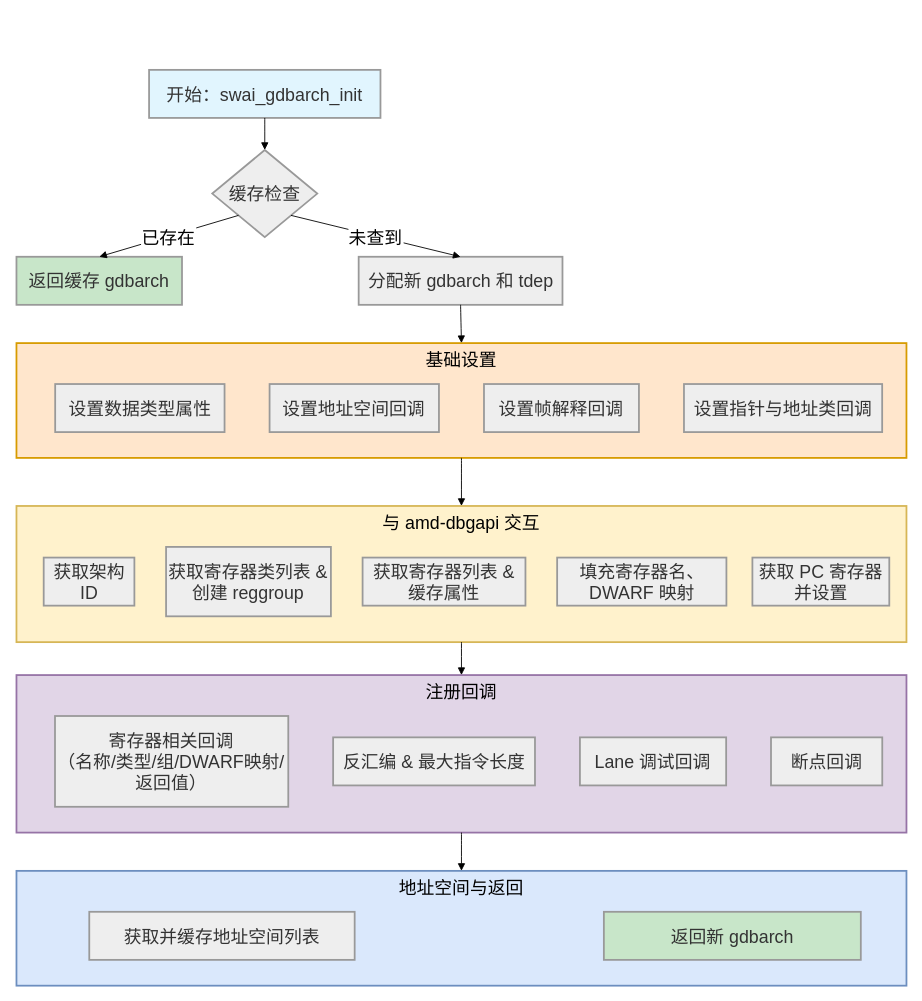
Earlier version of the draw.io diagram swai_gdbarch_init.drawio (HanxuLiu/drawio-files). Source tidied: cells renumbered, new cells numbered last; positions are measured from the earlier drawing's top-left corner, leaving out a move shared by most shapes. Both pictures are drawn from the tidied source at 89%, with x=0, y=0 at pixel (16, 69).
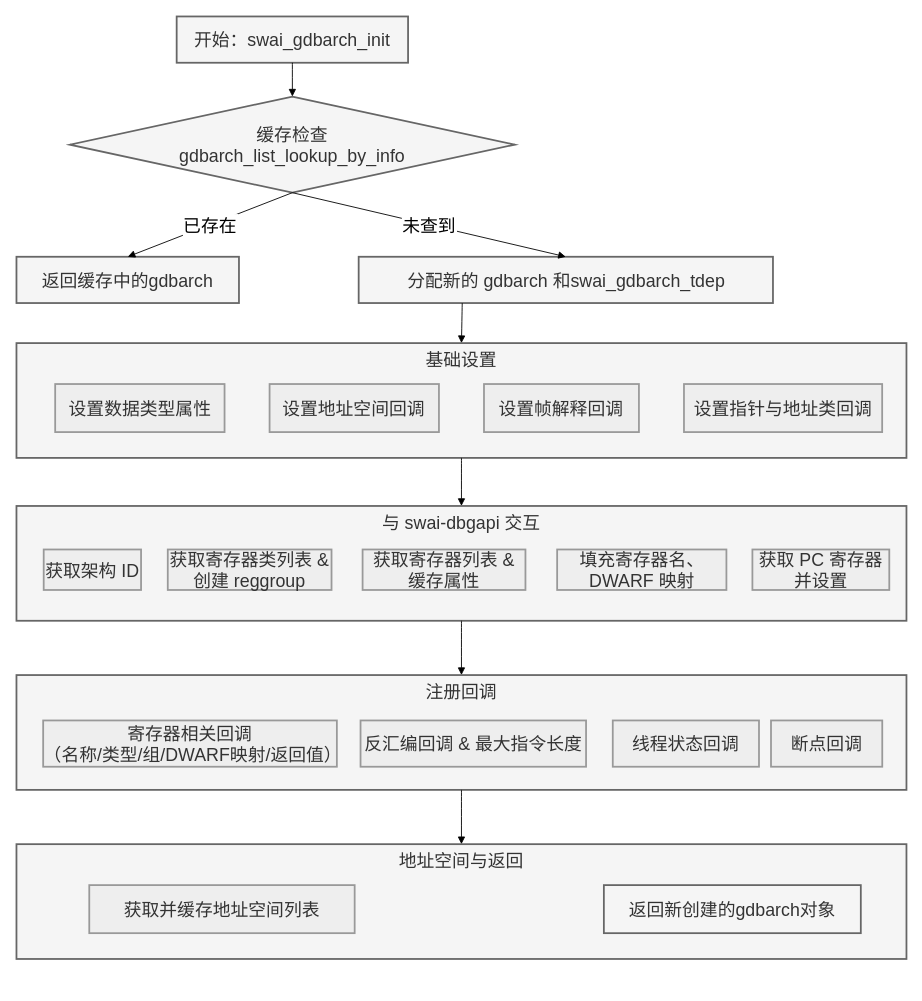
After the change.

The edit, as a diff of the source:
```diff
@@
-    <mxCell id="2" value="地址空间与返回" style="whiteSpace=wrap;strokeWidth=2;verticalAlign=top;fillColor=#dae8fc;strokeColor=#6c8ebf;fontSize=20;" parent="1" vertex="1">
-      <mxGeometry y="900" width="1000" height="129" as="geometry" />
+    <mxCell id="2" value="地址空间与返回" style="whiteSpace=wrap;strokeWidth=2;verticalAlign=top;fillColor=#f5f5f5;strokeColor=#666666;fontSize=20;fontColor=#333333;" parent="1" vertex="1">
+      <mxGeometry y="870" width="1000" height="129" as="geometry" />
     </mxCell>
@@
-    <mxCell id="4" value="返回新 gdbarch" style="whiteSpace=wrap;strokeWidth=2;fillColor=#c8e6c9;strokeColor=light-dark(#999999,#cccccc);fontColor=light-dark(#333333,#cccccc);fontSize=20;" parent="2" vertex="1">
+    <mxCell id="4" value="返回新创建的gdbarch对象" style="whiteSpace=wrap;strokeWidth=2;fillColor=#f5f5f5;strokeColor=#666666;fontColor=#333333;fontSize=20;" parent="2" vertex="1">
       <mxGeometry x="660" y="46" width="288.7" height="54" as="geometry" />
     </mxCell>
-    <mxCell id="5" value="注册回调" style="whiteSpace=wrap;strokeWidth=2;verticalAlign=top;fillColor=#e1d5e7;strokeColor=#9673a6;fontSize=20;" parent="1" vertex="1">
-      <mxGeometry y="680" width="1000" height="177" as="geometry" />
+    <mxCell id="5" value="注册回调" style="whiteSpace=wrap;strokeWidth=2;verticalAlign=top;fillColor=#f5f5f5;strokeColor=#666666;fontSize=20;fontColor=#333333;" parent="1" vertex="1">
+      <mxGeometry y="680" width="1000" height="129" as="geometry" />
     </mxCell>
     <mxCell id="6" value="寄存器相关回调&#10;（名称/类型/组/DWARF映射/返回值）" style="whiteSpace=wrap;strokeWidth=2;fillColor=light-dark(#eeeeee,#1f2020);strokeColor=light-dark(#999999,#cccccc);fontColor=light-dark(#333333,#cccccc);fontSize=20;" parent="5" vertex="1">
-      <mxGeometry x="43.3" y="46" width="262.1" height="102" as="geometry" />
+      <mxGeometry x="30" y="51" width="330" height="52" as="geometry" />
     </mxCell>
-    <mxCell id="7" value="反汇编 &amp; 最大指令长度" style="whiteSpace=wrap;strokeWidth=2;fillColor=light-dark(#eeeeee,#1f2020);strokeColor=light-dark(#999999,#cccccc);fontColor=light-dark(#333333,#cccccc);fontSize=20;" parent="5" vertex="1">
-      <mxGeometry x="355.8" y="70" width="226.8" height="54" as="geometry" />
+    <mxCell id="7" value="反汇编回调 &amp; 最大指令长度" style="whiteSpace=wrap;strokeWidth=2;fillColor=light-dark(#eeeeee,#1f2020);strokeColor=light-dark(#999999,#cccccc);fontColor=light-dark(#333333,#cccccc);fontSize=20;" parent="5" vertex="1">
+      <mxGeometry x="386.6" y="51" width="253.4" height="52" as="geometry" />
     </mxCell>
-    <mxCell id="8" value="Lane 调试回调" style="whiteSpace=wrap;strokeWidth=2;fillColor=light-dark(#eeeeee,#1f2020);strokeColor=light-dark(#999999,#cccccc);fontColor=light-dark(#333333,#cccccc);fontSize=20;" parent="5" vertex="1">
-      <mxGeometry x="633.1" y="70" width="164.3" height="54" as="geometry" />
+    <mxCell id="8" value="线程状态回调" style="whiteSpace=wrap;strokeWidth=2;fillColor=light-dark(#eeeeee,#1f2020);strokeColor=light-dark(#999999,#cccccc);fontColor=light-dark(#333333,#cccccc);fontSize=20;" parent="5" vertex="1">
+      <mxGeometry x="670" y="51" width="164.3" height="52" as="geometry" />
     </mxCell>
     <mxCell id="9" value="断点回调" style="whiteSpace=wrap;strokeWidth=2;fillColor=light-dark(#eeeeee,#1f2020);strokeColor=light-dark(#999999,#cccccc);fontColor=light-dark(#333333,#cccccc);fontSize=20;" parent="5" vertex="1">
-      <mxGeometry x="847.8" y="70" width="125" height="54" as="geometry" />
+      <mxGeometry x="847.8" y="51" width="125" height="52" as="geometry" />
     </mxCell>
-    <mxCell id="10" value="与 amd-dbgapi 交互" style="whiteSpace=wrap;strokeWidth=2;verticalAlign=top;fillColor=#fff2cc;strokeColor=#d6b656;fontSize=20;" parent="1" vertex="1">
-      <mxGeometry y="490" width="1000" height="153" as="geometry" />
+    <mxCell id="10" value="与 swai-dbgapi 交互" style="whiteSpace=wrap;strokeWidth=2;verticalAlign=top;fillColor=#f5f5f5;strokeColor=#666666;fontSize=20;fontColor=#333333;" parent="1" vertex="1">
+      <mxGeometry y="490" width="1000" height="129" as="geometry" />
     </mxCell>
     <mxCell id="11" value="获取架构 ID" style="whiteSpace=wrap;strokeWidth=2;fillColor=light-dark(#eeeeee,#1f2020);strokeColor=light-dark(#999999,#cccccc);fontColor=light-dark(#333333,#cccccc);fontSize=20;" parent="10" vertex="1">
-      <mxGeometry x="30.6" y="58" width="101.9" height="54" as="geometry" />
+      <mxGeometry x="30.6" y="48.9" width="109.4" height="45.5" as="geometry" />
     </mxCell>
     <mxCell id="12" value="获取寄存器类列表 &amp; 创建 reggroup" style="whiteSpace=wrap;strokeWidth=2;fillColor=light-dark(#eeeeee,#1f2020);strokeColor=light-dark(#999999,#cccccc);fontColor=light-dark(#333333,#cccccc);fontSize=20;" parent="10" vertex="1">
-      <mxGeometry x="168.1" y="46" width="185.2" height="78" as="geometry" />
+      <mxGeometry x="170" y="48.9" width="184" height="45.5" as="geometry" />
     </mxCell>
     <mxCell id="13" value="获取寄存器列表 &amp; 缓存属性" style="whiteSpace=wrap;strokeWidth=2;fillColor=light-dark(#eeeeee,#1f2020);strokeColor=light-dark(#999999,#cccccc);fontColor=light-dark(#333333,#cccccc);fontSize=20;" parent="10" vertex="1">
-      <mxGeometry x="388.9" y="58" width="183" height="54" as="geometry" />
+      <mxGeometry x="388.9" y="48.9" width="183" height="45.5" as="geometry" />
     </mxCell>
     <mxCell id="14" value="填充寄存器名、DWARF 映射" style="whiteSpace=wrap;strokeWidth=2;fillColor=light-dark(#eeeeee,#1f2020);strokeColor=light-dark(#999999,#cccccc);fontColor=light-dark(#333333,#cccccc);fontSize=20;" parent="10" vertex="1">
-      <mxGeometry x="607.5" y="58" width="190.2" height="54" as="geometry" />
+      <mxGeometry x="607.5" y="48.9" width="190.2" height="45.5" as="geometry" />
     </mxCell>
     <mxCell id="15" value="获取 PC 寄存器并设置" style="whiteSpace=wrap;strokeWidth=2;fillColor=light-dark(#eeeeee,#1f2020);strokeColor=light-dark(#999999,#cccccc);fontColor=light-dark(#333333,#cccccc);fontSize=20;" parent="10" vertex="1">
-      <mxGeometry x="826.9" y="58" width="153.8" height="54" as="geometry" />
+      <mxGeometry x="826.9" y="48.9" width="153.8" height="45.5" as="geometry" />
     </mxCell>
-    <mxCell id="16" value="基础设置" style="whiteSpace=wrap;strokeWidth=2;verticalAlign=top;fillColor=#ffe6cc;strokeColor=#d79b00;fontSize=20;" parent="1" vertex="1">
+    <mxCell id="16" value="基础设置" style="whiteSpace=wrap;strokeWidth=2;verticalAlign=top;fillColor=#f5f5f5;strokeColor=#666666;fontSize=20;fontColor=#333333;" parent="1" vertex="1">
       <mxGeometry y="307" width="1000" height="129" as="geometry" />
     </mxCell>
@@
-    <mxCell id="21" value="开始：swai_gdbarch_init" style="whiteSpace=wrap;strokeWidth=2;fillColor=#e1f5fe;strokeColor=light-dark(#999999,#cccccc);fontColor=light-dark(#333333,#cccccc);fontSize=20;" parent="1" vertex="1">
-      <mxGeometry x="149" width="260" height="54" as="geometry" />
+    <mxCell id="21" value="开始：swai_gdbarch_init" style="whiteSpace=wrap;strokeWidth=2;fillColor=#f5f5f5;strokeColor=#666666;fontColor=#333333;fontSize=20;" parent="1" vertex="1">
+      <mxGeometry x="180" y="-60" width="260" height="52" as="geometry" />
     </mxCell>
-    <mxCell id="22" value="缓存检查" style="rhombus;strokeWidth=2;whiteSpace=wrap;fillColor=light-dark(#eeeeee,#1f2020);strokeColor=light-dark(#999999,#cccccc);fontColor=light-dark(#333333,#cccccc);fontSize=20;" parent="1" vertex="1">
-      <mxGeometry x="220" y="90" width="118" height="98" as="geometry" />
+    <mxCell id="22" value="缓存检查&#10;gdbarch_list_lookup_by_info" style="rhombus;strokeWidth=2;whiteSpace=wrap;fillColor=#f5f5f5;strokeColor=#666666;fontColor=#333333;fontSize=20;" parent="1" vertex="1">
+      <mxGeometry x="60" y="30" width="500" height="108" as="geometry" />
     </mxCell>
-    <mxCell id="23" value="返回缓存 gdbarch" style="whiteSpace=wrap;strokeWidth=2;fillColor=#c8e6c9;strokeColor=light-dark(#999999,#cccccc);fontColor=light-dark(#333333,#cccccc);fontSize=20;" parent="1" vertex="1">
-      <mxGeometry y="210" width="186" height="54" as="geometry" />
+    <mxCell id="23" value="返回缓存中的gdbarch" style="whiteSpace=wrap;strokeWidth=2;fillColor=#f5f5f5;strokeColor=#666666;fontColor=#333333;fontSize=20;" parent="1" vertex="1">
+      <mxGeometry y="210" width="250" height="52" as="geometry" />
     </mxCell>
-    <mxCell id="24" value="分配新 gdbarch 和 tdep" style="whiteSpace=wrap;strokeWidth=2;fillColor=light-dark(#eeeeee,#1f2020);strokeColor=light-dark(#999999,#cccccc);fontColor=light-dark(#333333,#cccccc);fontSize=20;" parent="1" vertex="1">
-      <mxGeometry x="384.5" y="210" width="229" height="54" as="geometry" />
+    <mxCell id="24" value="分配新的 gdbarch 和swai_gdbarch_tdep" style="whiteSpace=wrap;strokeWidth=2;fillColor=#f5f5f5;strokeColor=#666666;fontColor=#333333;fontSize=20;" parent="1" vertex="1">
+      <mxGeometry x="384.5" y="210" width="465.5" height="52" as="geometry" />
     </mxCell>
@@
-    <mxCell id="26" value="已存在" style="startArrow=none;endArrow=block;exitX=0;exitY=1;rounded=0;exitDx=0;exitDy=0;entryX=0.5;entryY=0;entryDx=0;entryDy=0;fontSize=20;" parent="1" edge="1" source="22" target="23">
+    <mxCell id="26" value="已存在" style="startArrow=none;endArrow=block;exitX=0.5;exitY=1;rounded=0;exitDx=0;exitDy=0;entryX=0.5;entryY=0;entryDx=0;entryDy=0;fontSize=20;" parent="1" edge="1" source="22" target="23">
       <mxGeometry relative="1" as="geometry" />
     </mxCell>
-    <mxCell id="27" value="未查到" style="startArrow=none;endArrow=block;exitX=1;exitY=1;entryX=0.5;entryY=0;rounded=0;exitDx=0;exitDy=0;entryDx=0;entryDy=0;fontSize=20;" parent="1" edge="1" source="22" target="24">
+    <mxCell id="27" value="未查到" style="startArrow=none;endArrow=block;entryX=0.5;entryY=0;rounded=0;entryDx=0;entryDy=0;fontSize=20;exitX=0.5;exitY=1;exitDx=0;exitDy=0;" parent="1" edge="1" source="22" target="24">
       <mxGeometry relative="1" as="geometry" />
     </mxCell>
-    <mxCell id="28" style="curved=1;startArrow=none;endArrow=block;exitX=0.5;exitY=1;entryX=0.5;entryY=0;rounded=0;entryDx=0;entryDy=0;exitDx=0;exitDy=0;fontSize=20;" parent="1" edge="1" source="24" target="16">
+    <mxCell id="28" style="curved=1;startArrow=none;endArrow=block;exitX=0.25;exitY=1;entryX=0.5;entryY=0;rounded=0;entryDx=0;entryDy=0;exitDx=0;exitDy=0;fontSize=20;" parent="1" edge="1" source="24" target="16">
       <mxGeometry relative="1" as="geometry" />
     </mxCell>
```
